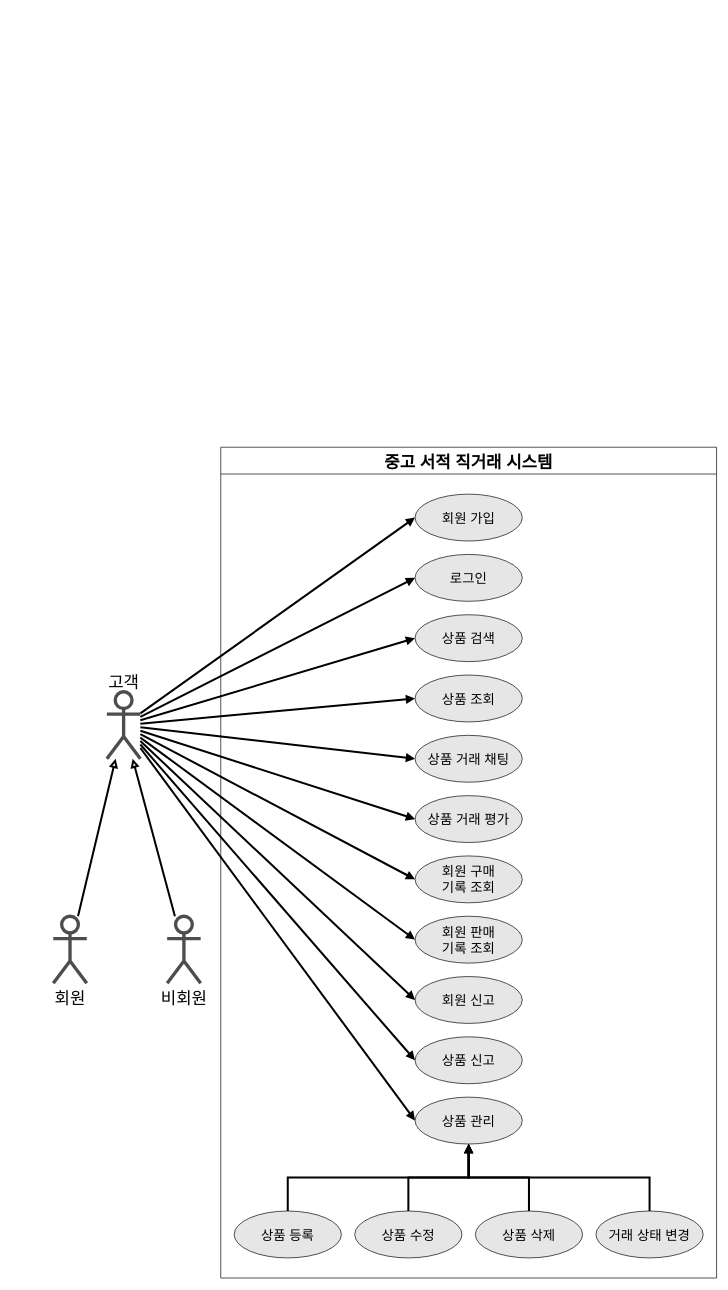
This is documents/Use_Case_Diagram.drawio from babybeb/users-used-book-store, a draw.io file, before an edit. Source tidied: cells renumbered, new cells numbered last; positions are measured from the earlier drawing's top-left corner, leaving out a move shared by most shapes. Both pictures are drawn from the tidied source at 67%, with x=0, y=0 at pixel (53, 447).
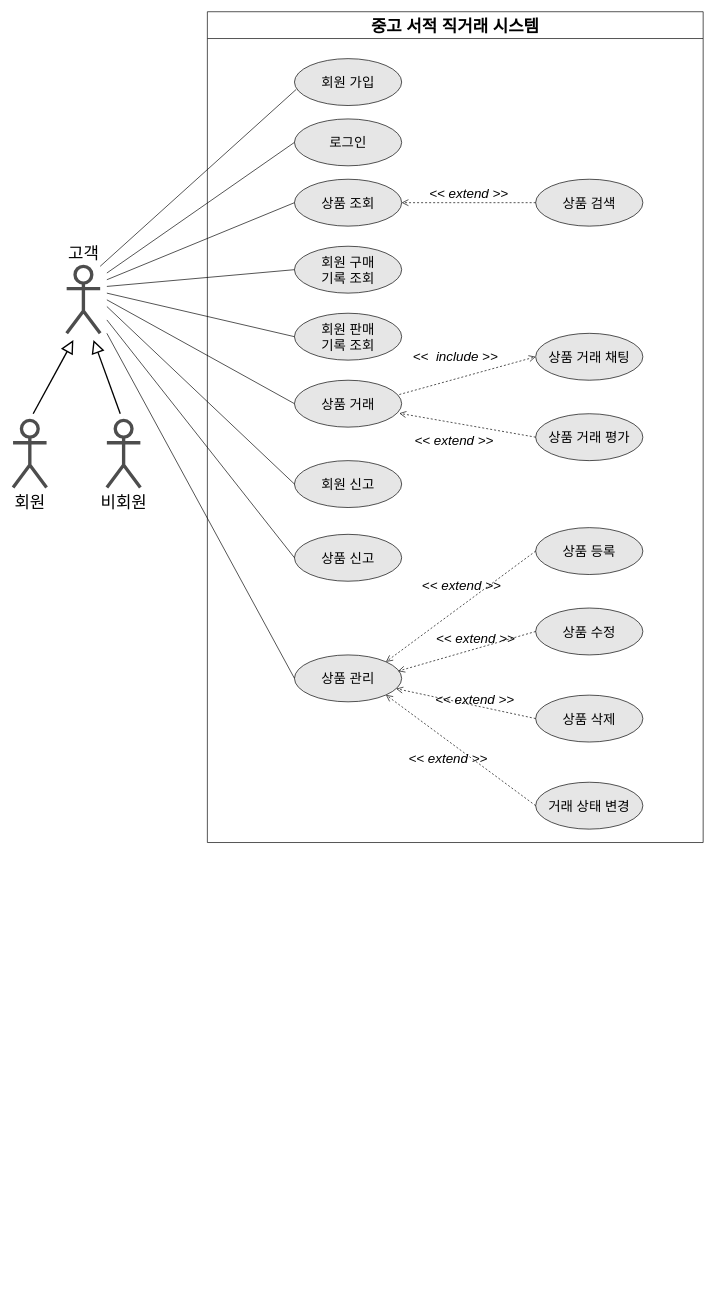
The same page after the edit.

The edit, as a diff of the source:
```diff
@@
-    <mxCell id="2" style="rounded=0;jettySize=auto;html=1;fontSize=20;endArrow=block;endFill=1;strokeWidth=3;entryX=0;entryY=0.5;entryDx=0;entryDy=0;" parent="1" edge="1" source="8" target="20">
-      <mxGeometry relative="1" as="geometry" />
-    </mxCell>
-    <mxCell id="3" style="edgeStyle=none;rounded=0;jettySize=auto;html=1;fontSize=20;endArrow=block;endFill=1;strokeWidth=3;entryX=0;entryY=0.5;entryDx=0;entryDy=0;" parent="1" edge="1" source="8" target="21">
-      <mxGeometry relative="1" as="geometry" />
-    </mxCell>
-    <mxCell id="4" style="edgeStyle=none;rounded=0;jettySize=auto;html=1;fontSize=20;endArrow=block;endFill=1;strokeWidth=3;entryX=0;entryY=0.5;entryDx=0;entryDy=0;" parent="1" edge="1" source="8" target="22">
-      <mxGeometry relative="1" as="geometry" />
-    </mxCell>
-    <mxCell id="5" style="edgeStyle=none;rounded=0;jettySize=auto;html=1;fontSize=25;endArrow=block;endFill=1;strokeWidth=3;entryX=0;entryY=0.5;entryDx=0;entryDy=0;" parent="1" edge="1" source="8" target="33">
-      <mxGeometry relative="1" as="geometry" />
-    </mxCell>
-    <mxCell id="6" style="edgeStyle=none;rounded=0;jettySize=auto;html=1;fontSize=25;endArrow=block;endFill=1;strokeWidth=3;entryX=0;entryY=0.5;entryDx=0;entryDy=0;" parent="1" edge="1" source="8" target="32">
-      <mxGeometry relative="1" as="geometry" />
-    </mxCell>
-    <mxCell id="7" style="edgeStyle=none;rounded=0;jettySize=auto;html=1;fontSize=25;endArrow=block;endFill=1;strokeWidth=3;entryX=0;entryY=0.5;entryDx=0;entryDy=0;" parent="1" edge="1" source="8" target="34">
-      <mxGeometry relative="1" as="geometry" />
-    </mxCell>
     <mxCell id="8" style="shape=umlActor;verticalLabelPosition=bottom;verticalAlign=top;html=1;outlineConnect=0;fontSize=20;strokeWidth=5;strokeColor=#4D4D4D;" parent="1" vertex="1">
-      <mxGeometry x="80" y="365" width="50" height="100" as="geometry" />
+      <mxGeometry x="20" y="-270" width="50" height="100" as="geometry" />
     </mxCell>
-    <mxCell id="9" style="rounded=0;jettySize=auto;html=1;fontSize=20;strokeWidth=3;endArrow=block;endFill=1;entryX=0;entryY=0.5;entryDx=0;entryDy=0;" parent="1" edge="1" source="8" target="24">
-      <mxGeometry relative="1" as="geometry" />
-    </mxCell>
-    <mxCell id="10" style="edgeStyle=none;rounded=0;jettySize=auto;html=1;fontSize=20;endArrow=block;endFill=1;strokeWidth=3;entryX=0;entryY=0.5;entryDx=0;entryDy=0;" parent="1" edge="1" source="8" target="25">
-      <mxGeometry relative="1" as="geometry" />
-    </mxCell>
-    <mxCell id="11" style="edgeStyle=none;rounded=0;jettySize=auto;html=1;fontSize=20;endArrow=block;endFill=1;strokeWidth=3;entryX=0;entryY=0.5;entryDx=0;entryDy=0;" parent="1" edge="1" source="8" target="29">
-      <mxGeometry relative="1" as="geometry" />
-    </mxCell>
-    <mxCell id="12" style="edgeStyle=none;rounded=0;jettySize=auto;html=1;fontSize=20;endArrow=block;endFill=1;strokeWidth=3;entryX=0;entryY=0.5;entryDx=0;entryDy=0;" parent="1" edge="1" source="8" target="31">
-      <mxGeometry relative="1" as="geometry" />
-    </mxCell>
-    <mxCell id="13" style="edgeStyle=none;rounded=0;jettySize=auto;html=1;fontSize=20;endArrow=block;endFill=1;strokeWidth=3;entryX=0;entryY=0.5;entryDx=0;entryDy=0;" parent="1" edge="1" source="8" target="30">
-      <mxGeometry relative="1" as="geometry" />
-    </mxCell>
-    <mxCell id="14" style="edgeStyle=none;rounded=0;jettySize=auto;html=1;fontSize=20;endArrow=block;endFill=0;strokeWidth=3;" parent="1" edge="1" source="15" target="8">
-      <mxGeometry relative="1" as="geometry" />
-    </mxCell>
     <mxCell id="15" value="&lt;font style=&quot;font-size: 25px&quot;&gt;회원&lt;/font&gt;" style="shape=umlActor;verticalLabelPosition=bottom;verticalAlign=top;html=1;outlineConnect=0;fontSize=20;strokeWidth=5;strokeColor=#4D4D4D;" parent="1" vertex="1">
-      <mxGeometry y="700" width="50" height="100" as="geometry" />
+      <mxGeometry x="-60" y="-40" width="50" height="100" as="geometry" />
     </mxCell>
-    <mxCell id="16" style="edgeStyle=none;rounded=0;jettySize=auto;html=1;endArrow=block;endFill=0;strokeWidth=3;" parent="1" edge="1" source="17" target="8">
-      <mxGeometry relative="1" as="geometry" />
-    </mxCell>
     <mxCell id="17" value="&lt;font style=&quot;font-size: 25px&quot;&gt;비회원&lt;/font&gt;" style="shape=umlActor;verticalLabelPosition=bottom;verticalAlign=top;html=1;outlineConnect=0;fontSize=20;strokeWidth=5;strokeColor=#4D4D4D;" parent="1" vertex="1">
-      <mxGeometry x="170" y="700" width="50" height="100" as="geometry" />
+      <mxGeometry x="80" y="-40" width="50" height="100" as="geometry" />
     </mxCell>
     <mxCell id="18" value="&lt;font style=&quot;font-size: 25px&quot;&gt;고객&lt;/font&gt;" style="text;html=1;align=center;verticalAlign=middle;strokeColor=none;fillColor=none;" parent="1" vertex="1">
-      <mxGeometry x="70" y="340" width="70" height="20" as="geometry" />
+      <mxGeometry x="10" y="-300" width="70" height="20" as="geometry" />
     </mxCell>
     <mxCell id="19" value="중고 서적 직거래 시스템" style="swimlane;fontSize=25;startSize=40;" parent="1" vertex="1">
-      <mxGeometry x="250" width="740" height="1240" as="geometry" />
+      <mxGeometry x="230" y="-650" width="740" height="1240" as="geometry" />
     </mxCell>
     <mxCell id="20" value="&lt;font style=&quot;font-size: 20px&quot;&gt;회원 가입&lt;/font&gt;" style="ellipse;whiteSpace=wrap;html=1;fillColor=#E6E6E6;" parent="19" vertex="1">
-      <mxGeometry x="290" y="70" width="160" height="70" as="geometry" />
+      <mxGeometry x="130" y="70" width="160" height="70" as="geometry" />
     </mxCell>
     <mxCell id="21" value="&lt;span style=&quot;font-size: 20px&quot;&gt;상품 조회&lt;/span&gt;" style="ellipse;whiteSpace=wrap;html=1;fillColor=#E6E6E6;" parent="19" vertex="1">
-      <mxGeometry x="290" y="340" width="160" height="70" as="geometry" />
+      <mxGeometry x="130" y="250" width="160" height="70" as="geometry" />
     </mxCell>
     <mxCell id="22" value="&lt;span style=&quot;font-size: 20px&quot;&gt;상품 검색&lt;/span&gt;" style="ellipse;whiteSpace=wrap;html=1;fillColor=#E6E6E6;" parent="19" vertex="1">
-      <mxGeometry x="290" y="250" width="160" height="70" as="geometry" />
+      <mxGeometry x="490" y="250" width="160" height="70" as="geometry" />
     </mxCell>
     <mxCell id="23" value="&lt;font style=&quot;font-size: 20px&quot;&gt;상품 등록&lt;/font&gt;" style="ellipse;whiteSpace=wrap;html=1;fillColor=#E6E6E6;" parent="19" vertex="1">
-      <mxGeometry x="20" y="1140" width="160" height="70" as="geometry" />
+      <mxGeometry x="490" y="770" width="160" height="70" as="geometry" />
     </mxCell>
-    <mxCell id="24" value="&lt;span style=&quot;font-size: 20px&quot;&gt;상품 거래 채팅&lt;/span&gt;" style="ellipse;whiteSpace=wrap;html=1;fillColor=#E6E6E6;" parent="19" vertex="1">
-      <mxGeometry x="290" y="430" width="160" height="70" as="geometry" />
+    <mxCell id="24" value="&lt;span style=&quot;font-size: 20px;&quot;&gt;상품 거래&lt;/span&gt;" style="ellipse;whiteSpace=wrap;html=1;fillColor=#E6E6E6;" parent="19" vertex="1">
+      <mxGeometry x="130" y="550" width="160" height="70" as="geometry" />
     </mxCell>
     <mxCell id="25" value="&lt;span style=&quot;font-size: 20px&quot;&gt;회원 구매&lt;br&gt;기록 조회&lt;/span&gt;" style="ellipse;whiteSpace=wrap;html=1;fillColor=#E6E6E6;" parent="19" vertex="1">
-      <mxGeometry x="290" y="610" width="160" height="70" as="geometry" />
+      <mxGeometry x="130" y="350" width="160" height="70" as="geometry" />
     </mxCell>
     <mxCell id="26" value="&lt;font style=&quot;font-size: 20px&quot;&gt;상품 수정&lt;/font&gt;" style="ellipse;whiteSpace=wrap;html=1;fillColor=#E6E6E6;" parent="19" vertex="1">
-      <mxGeometry x="200" y="1140" width="160" height="70" as="geometry" />
+      <mxGeometry x="490" y="890" width="160" height="70" as="geometry" />
     </mxCell>
     <mxCell id="27" value="&lt;font style=&quot;font-size: 20px&quot;&gt;상품 삭제&lt;/font&gt;" style="ellipse;whiteSpace=wrap;html=1;fillColor=#E6E6E6;" parent="19" vertex="1">
-      <mxGeometry x="380" y="1140" width="160" height="70" as="geometry" />
+      <mxGeometry x="490" y="1020" width="160" height="70" as="geometry" />
     </mxCell>
     <mxCell id="28" value="&lt;font style=&quot;font-size: 20px&quot;&gt;거래 상태 변경&lt;/font&gt;" style="ellipse;whiteSpace=wrap;html=1;fillColor=#E6E6E6;" parent="19" vertex="1">
-      <mxGeometry x="560" y="1140" width="160" height="70" as="geometry" />
+      <mxGeometry x="490" y="1150" width="160" height="70" as="geometry" />
     </mxCell>
     <mxCell id="29" value="&lt;span style=&quot;font-size: 20px&quot;&gt;상품 거래 평가&lt;/span&gt;" style="ellipse;whiteSpace=wrap;html=1;fillColor=#E6E6E6;" parent="19" vertex="1">
-      <mxGeometry x="290" y="520" width="160" height="70" as="geometry" />
+      <mxGeometry x="490" y="600" width="160" height="70" as="geometry" />
     </mxCell>
     <mxCell id="30" value="&lt;span style=&quot;font-size: 20px&quot;&gt;회원 신고&lt;br&gt;&lt;/span&gt;" style="ellipse;whiteSpace=wrap;html=1;fillColor=#E6E6E6;" parent="19" vertex="1">
-      <mxGeometry x="290" y="790" width="160" height="70" as="geometry" />
+      <mxGeometry x="130" y="670" width="160" height="70" as="geometry" />
     </mxCell>
     <mxCell id="31" value="&lt;span style=&quot;font-size: 20px&quot;&gt;상품 신고&lt;br&gt;&lt;/span&gt;" style="ellipse;whiteSpace=wrap;html=1;fillColor=#E6E6E6;" parent="19" vertex="1">
-      <mxGeometry x="290" y="880" width="160" height="70" as="geometry" />
+      <mxGeometry x="130" y="780" width="160" height="70" as="geometry" />
     </mxCell>
     <mxCell id="32" value="&lt;span style=&quot;font-size: 20px&quot;&gt;회원 판매&lt;br&gt;기록 조회&lt;/span&gt;" style="ellipse;whiteSpace=wrap;html=1;fillColor=#E6E6E6;" parent="19" vertex="1">
-      <mxGeometry x="290" y="700" width="160" height="70" as="geometry" />
+      <mxGeometry x="130" y="450" width="160" height="70" as="geometry" />
     </mxCell>
     <mxCell id="33" value="&lt;font style=&quot;font-size: 20px&quot;&gt;로그인&lt;/font&gt;" style="ellipse;whiteSpace=wrap;html=1;fillColor=#E6E6E6;" parent="19" vertex="1">
-      <mxGeometry x="290" y="160" width="160" height="70" as="geometry" />
+      <mxGeometry x="130" y="160" width="160" height="70" as="geometry" />
     </mxCell>
     <mxCell id="34" value="&lt;span style=&quot;font-size: 20px&quot;&gt;상품 관리&lt;br&gt;&lt;/span&gt;" style="ellipse;whiteSpace=wrap;html=1;fillColor=#E6E6E6;" parent="19" vertex="1">
-      <mxGeometry x="290" y="970" width="160" height="70" as="geometry" />
+      <mxGeometry x="130" y="960" width="160" height="70" as="geometry" />
     </mxCell>
+    <mxCell id="39" value="&lt;i&gt;&lt;font style=&quot;font-size: 20px;&quot;&gt;&amp;lt;&amp;lt; extend &amp;gt;&amp;gt;&lt;/font&gt;&lt;/i&gt;" style="html=1;verticalAlign=bottom;endArrow=open;dashed=1;endSize=8;rounded=0;exitX=0;exitY=0.5;exitDx=0;exitDy=0;entryX=1;entryY=0.5;entryDx=0;entryDy=0;" parent="19" edge="1" source="22" target="21">
+      <mxGeometry relative="1" as="geometry" />
+    </mxCell>
+    <mxCell id="40" value="&lt;span style=&quot;font-size: 20px&quot;&gt;상품 거래 채팅&lt;/span&gt;" style="ellipse;whiteSpace=wrap;html=1;fillColor=#E6E6E6;" parent="19" vertex="1">
+      <mxGeometry x="490" y="480" width="160" height="70" as="geometry" />
+    </mxCell>
+    <mxCell id="41" value="&lt;i&gt;&lt;font style=&quot;font-size: 20px;&quot;&gt;&amp;lt;&amp;lt; extend &amp;gt;&amp;gt;&lt;/font&gt;&lt;/i&gt;" style="html=1;verticalAlign=bottom;endArrow=open;dashed=1;endSize=8;rounded=0;exitX=0;exitY=0.5;exitDx=0;exitDy=0;entryX=0.978;entryY=0.705;entryDx=0;entryDy=0;entryPerimeter=0;" parent="19" edge="1" source="29" target="24">
+      <mxGeometry x="0.13" y="40" relative="1" as="geometry" />
+    </mxCell>
+    <mxCell id="42" value="&lt;i&gt;&lt;font style=&quot;font-size: 20px;&quot;&gt;&amp;lt;&amp;lt;&amp;nbsp; include &amp;gt;&amp;gt;&lt;/font&gt;&lt;/i&gt;" style="html=1;verticalAlign=bottom;endArrow=open;dashed=1;endSize=8;rounded=0;exitX=0.978;exitY=0.305;exitDx=0;exitDy=0;entryX=0;entryY=0.5;entryDx=0;entryDy=0;exitPerimeter=0;" parent="19" edge="1" source="24" target="40">
+      <mxGeometry x="-0.13" y="18" relative="1" as="geometry" />
+    </mxCell>
-    <mxCell id="35" style="edgeStyle=orthogonalEdgeStyle;rounded=0;jettySize=auto;html=1;exitX=0.5;exitY=0;exitDx=0;exitDy=0;fontSize=25;endArrow=block;endFill=1;strokeWidth=3;" parent="19" edge="1" source="23" target="34">
-      <mxGeometry relative="1" as="geometry" />
+    <mxCell id="35" value="&lt;i&gt;&lt;font style=&quot;font-size: 20px;&quot;&gt;&amp;lt;&amp;lt; extend &amp;gt;&amp;gt;&lt;/font&gt;&lt;/i&gt;" style="html=1;verticalAlign=bottom;endArrow=open;dashed=1;endSize=8;rounded=0;exitX=0;exitY=0.5;exitDx=0;exitDy=0;entryX=1;entryY=0;entryDx=0;entryDy=0;labelBackgroundColor=none;" parent="19" edge="1" source="23" target="34">
+      <mxGeometry x="-0.08" y="-13" relative="1" as="geometry" />
     </mxCell>
-    <mxCell id="36" style="edgeStyle=orthogonalEdgeStyle;rounded=0;jettySize=auto;html=1;exitX=0.5;exitY=0;exitDx=0;exitDy=0;fontSize=25;endArrow=block;endFill=1;strokeWidth=3;" parent="19" edge="1" source="26" target="34">
-      <mxGeometry relative="1" as="geometry" />
+    <mxCell id="36" value="&lt;i&gt;&lt;font style=&quot;font-size: 20px;&quot;&gt;&amp;lt;&amp;lt; extend &amp;gt;&amp;gt;&lt;/font&gt;&lt;/i&gt;" style="html=1;verticalAlign=bottom;endArrow=open;dashed=1;endSize=8;rounded=0;exitX=0;exitY=0.5;exitDx=0;exitDy=0;entryX=0.967;entryY=0.345;entryDx=0;entryDy=0;entryPerimeter=0;labelBackgroundColor=none;" parent="19" edge="1" source="26" target="34">
+      <mxGeometry x="-0.13" y="-1" relative="1" as="geometry" />
     </mxCell>
-    <mxCell id="37" style="edgeStyle=orthogonalEdgeStyle;rounded=0;jettySize=auto;html=1;exitX=0.5;exitY=0;exitDx=0;exitDy=0;fontSize=25;endArrow=block;endFill=1;strokeWidth=3;" parent="19" edge="1" source="27" target="34">
-      <mxGeometry relative="1" as="geometry" />
+    <mxCell id="37" value="&lt;i&gt;&lt;font style=&quot;font-size: 20px;&quot;&gt;&amp;lt;&amp;lt; extend &amp;gt;&amp;gt;&lt;/font&gt;&lt;/i&gt;" style="html=1;verticalAlign=bottom;endArrow=open;dashed=1;endSize=8;rounded=0;exitX=0;exitY=0.5;exitDx=0;exitDy=0;labelBackgroundColor=none;" parent="19" edge="1" source="27" target="34">
+      <mxGeometry x="-0.14" y="4" relative="1" as="geometry" />
     </mxCell>
-    <mxCell id="38" style="edgeStyle=orthogonalEdgeStyle;rounded=0;jettySize=auto;html=1;exitX=0.5;exitY=0;exitDx=0;exitDy=0;fontSize=25;endArrow=block;endFill=1;strokeWidth=3;" parent="19" edge="1" source="28" target="34">
-      <mxGeometry relative="1" as="geometry" />
+    <mxCell id="38" value="&lt;i&gt;&lt;font style=&quot;font-size: 20px;&quot;&gt;&amp;lt;&amp;lt; extend &amp;gt;&amp;gt;&lt;/font&gt;&lt;/i&gt;" style="html=1;verticalAlign=bottom;endArrow=open;dashed=1;endSize=8;rounded=0;exitX=0;exitY=0.5;exitDx=0;exitDy=0;entryX=1;entryY=1;entryDx=0;entryDy=0;labelBackgroundColor=none;" parent="19" edge="1" source="28" target="34">
+      <mxGeometry x="-0.01" y="33" relative="1" as="geometry" />
     </mxCell>
+    <mxCell id="43" style="endArrow=none;html=1;rounded=0;entryX=0.017;entryY=0.655;entryDx=0;entryDy=0;entryPerimeter=0;" parent="1" edge="1" target="20">
+      <mxGeometry relative="1" as="geometry">
+        <mxPoint x="70" y="-270" as="sourcePoint" />
+      </mxGeometry>
+    </mxCell>
+    <mxCell id="44" style="endArrow=none;html=1;rounded=0;entryX=0;entryY=0.5;entryDx=0;entryDy=0;" parent="1" edge="1" target="33">
+      <mxGeometry relative="1" as="geometry">
+        <mxPoint x="80" y="-260" as="sourcePoint" />
+      </mxGeometry>
+    </mxCell>
+    <mxCell id="45" style="endArrow=none;html=1;rounded=0;entryX=0;entryY=0.5;entryDx=0;entryDy=0;" parent="1" edge="1" target="21">
+      <mxGeometry relative="1" as="geometry">
+        <mxPoint x="80" y="-250" as="sourcePoint" />
+      </mxGeometry>
+    </mxCell>
+    <mxCell id="46" style="endArrow=none;html=1;rounded=0;entryX=0;entryY=0.5;entryDx=0;entryDy=0;" parent="1" edge="1" target="24">
+      <mxGeometry relative="1" as="geometry">
+        <mxPoint x="80" y="-220" as="sourcePoint" />
+      </mxGeometry>
+    </mxCell>
+    <mxCell id="47" style="endArrow=none;html=1;rounded=0;entryX=0;entryY=0.5;entryDx=0;entryDy=0;" parent="1" edge="1" target="25">
+      <mxGeometry relative="1" as="geometry">
+        <mxPoint x="80" y="-240" as="sourcePoint" />
+      </mxGeometry>
+    </mxCell>
+    <mxCell id="48" style="endArrow=none;html=1;rounded=0;entryX=0;entryY=0.5;entryDx=0;entryDy=0;" parent="1" edge="1" target="32">
+      <mxGeometry relative="1" as="geometry">
+        <mxPoint x="80" y="-230" as="sourcePoint" />
+      </mxGeometry>
+    </mxCell>
+    <mxCell id="49" style="endArrow=none;html=1;rounded=0;entryX=0;entryY=0.5;entryDx=0;entryDy=0;" parent="1" edge="1" target="30">
+      <mxGeometry relative="1" as="geometry">
+        <mxPoint x="80" y="-210" as="sourcePoint" />
+      </mxGeometry>
+    </mxCell>
+    <mxCell id="50" style="endArrow=none;html=1;rounded=0;entryX=0;entryY=0.5;entryDx=0;entryDy=0;" parent="1" edge="1" target="31">
+      <mxGeometry relative="1" as="geometry">
+        <mxPoint x="80" y="-190" as="sourcePoint" />
+      </mxGeometry>
+    </mxCell>
+    <mxCell id="51" style="endArrow=none;html=1;rounded=0;entryX=0;entryY=0.5;entryDx=0;entryDy=0;" parent="1" edge="1" target="34">
+      <mxGeometry relative="1" as="geometry">
+        <mxPoint x="80" y="-170" as="sourcePoint" />
+      </mxGeometry>
+    </mxCell>
+    <mxCell id="52" style="endArrow=block;html=1;rounded=0;fontSize=20;endFill=0;strokeWidth=2;endSize=15;" parent="1" edge="1">
+      <mxGeometry relative="1" as="geometry">
+        <mxPoint x="-30" y="-50" as="sourcePoint" />
+        <mxPoint x="30" y="-160" as="targetPoint" />
+      </mxGeometry>
+    </mxCell>
+    <mxCell id="53" style="endArrow=block;html=1;rounded=0;fontSize=20;endFill=0;strokeWidth=2;endSize=15;" parent="1" edge="1">
+      <mxGeometry relative="1" as="geometry">
+        <mxPoint x="100" y="-50" as="sourcePoint" />
+        <mxPoint x="60" y="-160" as="targetPoint" />
+      </mxGeometry>
+    </mxCell>
```
